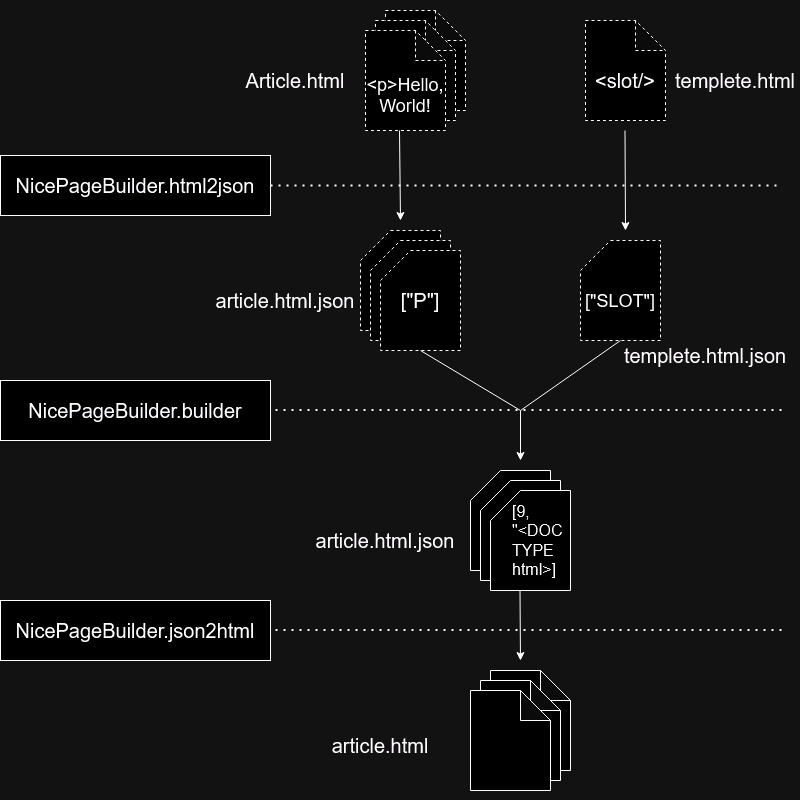
This is nice-page-builder.drawio.png from itozyun/gulp-nice-page-builder, a draw.io export, as it was before one commit. Source tidied: cells renumbered, new cells last; positions are measured from the earlier drawing's top-left corner, leaving out a move shared by most shapes. Source of this version:
```xml
<mxGraphModel>
  <root>
    <mxCell id="0" />
    <mxCell id="1" parent="0" />
    <mxCell id="2" style="shape=note;whiteSpace=wrap;html=1;backgroundOutline=1;darkOpacity=0.05;dashed=1;" parent="1" vertex="1">
      <mxGeometry x="385" width="80" height="100" as="geometry" />
    </mxCell>
    <mxCell id="3" style="shape=note;whiteSpace=wrap;html=1;backgroundOutline=1;darkOpacity=0.05;dashed=1;" parent="1" vertex="1">
      <mxGeometry x="375" y="10" width="80" height="100" as="geometry" />
    </mxCell>
    <mxCell id="4" style="shape=note;whiteSpace=wrap;html=1;backgroundOutline=1;darkOpacity=0.05;dashed=1;" parent="1" vertex="1">
      <mxGeometry x="365" y="20" width="80" height="100" as="geometry" />
    </mxCell>
    <mxCell id="5" style="shape=note;whiteSpace=wrap;html=1;backgroundOutline=1;darkOpacity=0.05;dashed=1;" parent="1" vertex="1">
      <mxGeometry x="585" y="10" width="80" height="100" as="geometry" />
    </mxCell>
    <mxCell id="6" style="rounded=0;whiteSpace=wrap;html=1;" parent="1" vertex="1">
      <mxGeometry y="145" width="270" height="60" as="geometry" />
    </mxCell>
    <mxCell id="7" value="&lt;div&gt;templete.html&lt;/div&gt;" style="text;html=1;align=center;verticalAlign=middle;whiteSpace=wrap;rounded=0;fontSize=20;" parent="1" vertex="1">
      <mxGeometry x="685" y="55" width="100" height="30" as="geometry" />
    </mxCell>
    <mxCell id="8" value="&lt;div&gt;Article.html&lt;/div&gt;" style="text;html=1;align=center;verticalAlign=middle;whiteSpace=wrap;rounded=0;fontSize=20;" parent="1" vertex="1">
      <mxGeometry x="245" y="55" width="100" height="30" as="geometry" />
    </mxCell>
    <mxCell id="9" style="shape=card;whiteSpace=wrap;html=1;dashed=1;" parent="1" vertex="1">
      <mxGeometry x="360" y="220" width="80" height="100" as="geometry" />
    </mxCell>
    <mxCell id="10" style="shape=card;whiteSpace=wrap;html=1;dashed=1;" parent="1" vertex="1">
      <mxGeometry x="370" y="230" width="80" height="100" as="geometry" />
    </mxCell>
    <mxCell id="11" style="shape=card;whiteSpace=wrap;html=1;dashed=1;" parent="1" vertex="1">
      <mxGeometry x="380" y="240" width="80" height="100" as="geometry" />
    </mxCell>
    <mxCell id="12" value="&lt;div&gt;article.html&lt;/div&gt;" style="text;html=1;align=center;verticalAlign=middle;whiteSpace=wrap;rounded=0;fontSize=20;" parent="1" vertex="1">
      <mxGeometry x="305" y="720" width="150" height="30" as="geometry" />
    </mxCell>
    <mxCell id="13" style="shape=card;whiteSpace=wrap;html=1;dashed=1;" parent="1" vertex="1">
      <mxGeometry x="580" y="230" width="80" height="100" as="geometry" />
    </mxCell>
    <mxCell id="14" value="NicePageBuilder.html2json" style="text;html=1;align=center;verticalAlign=middle;whiteSpace=wrap;rounded=0;fontSize=20;" parent="1" vertex="1">
      <mxGeometry y="160" width="270" height="30" as="geometry" />
    </mxCell>
    <mxCell id="15" value="&lt;div&gt;templete.html.json&lt;/div&gt;" style="text;html=1;align=center;verticalAlign=middle;whiteSpace=wrap;rounded=0;fontSize=20;" parent="1" vertex="1">
      <mxGeometry x="630" y="330" width="150" height="30" as="geometry" />
    </mxCell>
    <mxCell id="16" style="shape=note;whiteSpace=wrap;html=1;backgroundOutline=1;darkOpacity=0.05;" parent="1" vertex="1">
      <mxGeometry x="490" y="660" width="80" height="100" as="geometry" />
    </mxCell>
    <mxCell id="17" style="shape=note;whiteSpace=wrap;html=1;backgroundOutline=1;darkOpacity=0.05;" parent="1" vertex="1">
      <mxGeometry x="480" y="670" width="80" height="100" as="geometry" />
    </mxCell>
    <mxCell id="18" style="shape=note;whiteSpace=wrap;html=1;backgroundOutline=1;darkOpacity=0.05;" parent="1" vertex="1">
      <mxGeometry x="470" y="680" width="80" height="100" as="geometry" />
    </mxCell>
    <mxCell id="19" style="rounded=0;whiteSpace=wrap;html=1;" parent="1" vertex="1">
      <mxGeometry y="370" width="270" height="60" as="geometry" />
    </mxCell>
    <mxCell id="20" value="&lt;div&gt;NicePageBuilder.builder&lt;/div&gt;" style="text;html=1;align=center;verticalAlign=middle;whiteSpace=wrap;rounded=0;fontSize=20;" parent="1" vertex="1">
      <mxGeometry y="385" width="270" height="30" as="geometry" />
    </mxCell>
    <mxCell id="21" style="rounded=0;whiteSpace=wrap;html=1;" parent="1" vertex="1">
      <mxGeometry y="590" width="270" height="60" as="geometry" />
    </mxCell>
    <mxCell id="22" value="&lt;div&gt;NicePageBuilder.json2html&lt;/div&gt;" style="text;html=1;align=center;verticalAlign=middle;whiteSpace=wrap;rounded=0;fontSize=20;" parent="1" vertex="1">
      <mxGeometry y="605" width="270" height="30" as="geometry" />
    </mxCell>
    <mxCell id="23" style="shape=card;whiteSpace=wrap;html=1;" parent="1" vertex="1">
      <mxGeometry x="470" y="460" width="80" height="100" as="geometry" />
    </mxCell>
    <mxCell id="24" style="shape=card;whiteSpace=wrap;html=1;" parent="1" vertex="1">
      <mxGeometry x="480" y="470" width="80" height="100" as="geometry" />
    </mxCell>
    <mxCell id="25" style="shape=card;whiteSpace=wrap;html=1;" parent="1" vertex="1">
      <mxGeometry x="490" y="480" width="80" height="100" as="geometry" />
    </mxCell>
    <mxCell id="26" value="&amp;lt;slot/&amp;gt;" style="text;html=1;align=center;verticalAlign=middle;whiteSpace=wrap;rounded=0;fontSize=20;dashed=1;" parent="1" vertex="1">
      <mxGeometry x="585" y="55" width="80" height="30" as="geometry" />
    </mxCell>
    <mxCell id="27" value="&amp;lt;p&amp;gt;Hello,&lt;br style=&quot;font-size: 18px;&quot;&gt;World!" style="text;html=1;align=center;verticalAlign=middle;whiteSpace=wrap;rounded=0;fontSize=18;dashed=1;" parent="1" vertex="1">
      <mxGeometry x="365" y="70" width="80" height="30" as="geometry" />
    </mxCell>
    <mxCell id="28" style="endArrow=none;dashed=1;html=1;dashPattern=1 3;strokeWidth=2;rounded=0;exitX=1;exitY=0.5;exitDx=0;exitDy=0;" parent="1" edge="1" source="14">
      <mxGeometry relative="1" as="geometry">
        <mxPoint x="780" y="175" as="targetPoint" />
      </mxGeometry>
    </mxCell>
    <mxCell id="29" style="endArrow=none;html=1;rounded=0;entryX=0.5;entryY=1;entryDx=0;entryDy=0;entryPerimeter=0;" parent="1" edge="1" target="11">
      <mxGeometry relative="1" as="geometry">
        <mxPoint x="520" y="400" as="sourcePoint" />
      </mxGeometry>
    </mxCell>
    <mxCell id="30" style="endArrow=none;html=1;rounded=0;entryX=0.5;entryY=1;entryDx=0;entryDy=0;entryPerimeter=0;" parent="1" edge="1" target="13">
      <mxGeometry relative="1" as="geometry">
        <mxPoint x="520" y="400" as="sourcePoint" />
      </mxGeometry>
    </mxCell>
    <mxCell id="31" style="endArrow=classic;html=1;rounded=0;" parent="1" edge="1">
      <mxGeometry relative="1" as="geometry">
        <mxPoint x="520" y="400" as="sourcePoint" />
        <mxPoint x="520" y="450" as="targetPoint" />
      </mxGeometry>
    </mxCell>
    <mxCell id="32" style="endArrow=none;dashed=1;html=1;dashPattern=1 3;strokeWidth=2;rounded=0;exitX=1;exitY=0.5;exitDx=0;exitDy=0;" parent="1" edge="1">
      <mxGeometry relative="1" as="geometry">
        <mxPoint x="275" y="399.5" as="sourcePoint" />
        <mxPoint x="785" y="399.5" as="targetPoint" />
      </mxGeometry>
    </mxCell>
    <mxCell id="33" style="endArrow=none;dashed=1;html=1;dashPattern=1 3;strokeWidth=2;rounded=0;exitX=1;exitY=0.5;exitDx=0;exitDy=0;" parent="1" edge="1">
      <mxGeometry relative="1" as="geometry">
        <mxPoint x="275" y="619.5" as="sourcePoint" />
        <mxPoint x="785" y="619.5" as="targetPoint" />
      </mxGeometry>
    </mxCell>
    <mxCell id="34" value="&lt;div&gt;article.html.json&lt;/div&gt;" style="text;html=1;align=center;verticalAlign=middle;whiteSpace=wrap;rounded=0;fontSize=20;" parent="1" vertex="1">
      <mxGeometry x="210" y="275" width="150" height="30" as="geometry" />
    </mxCell>
    <mxCell id="35" value="&lt;div&gt;article.html.json&lt;/div&gt;" style="text;html=1;align=center;verticalAlign=middle;whiteSpace=wrap;rounded=0;fontSize=20;" parent="1" vertex="1">
      <mxGeometry x="310" y="515" width="150" height="30" as="geometry" />
    </mxCell>
    <mxCell id="36" style="endArrow=classic;html=1;rounded=0;" parent="1" edge="1">
      <mxGeometry relative="1" as="geometry">
        <mxPoint x="519.5" y="580" as="sourcePoint" />
        <mxPoint x="520" y="650" as="targetPoint" />
      </mxGeometry>
    </mxCell>
    <mxCell id="37" style="endArrow=classic;html=1;rounded=0;" parent="1" edge="1">
      <mxGeometry relative="1" as="geometry">
        <mxPoint x="399" y="120" as="sourcePoint" />
        <mxPoint x="400" y="210" as="targetPoint" />
      </mxGeometry>
    </mxCell>
    <mxCell id="38" style="endArrow=classic;html=1;rounded=0;" parent="1" edge="1">
      <mxGeometry relative="1" as="geometry">
        <mxPoint x="624.5" y="120" as="sourcePoint" />
        <mxPoint x="625" y="220" as="targetPoint" />
      </mxGeometry>
    </mxCell>
    <mxCell id="39" value="[&quot;SLOT&quot;]" style="text;html=1;align=center;verticalAlign=middle;whiteSpace=wrap;rounded=0;fontSize=18;dashed=1;" parent="1" vertex="1">
      <mxGeometry x="580" y="275" width="80" height="30" as="geometry" />
    </mxCell>
    <mxCell id="40" value="[&quot;P&quot;]" style="text;html=1;align=center;verticalAlign=middle;whiteSpace=wrap;rounded=0;fontSize=20;dashed=1;" parent="1" vertex="1">
      <mxGeometry x="380" y="275" width="80" height="30" as="geometry" />
    </mxCell>
    <mxCell id="41" value="[9, &quot;&amp;lt;DOC&lt;br style=&quot;font-size: 16px;&quot;&gt;TYPE html&amp;gt;]" style="text;html=1;align=left;verticalAlign=middle;whiteSpace=wrap;rounded=0;fontSize=16;dashed=1;" parent="1" vertex="1">
      <mxGeometry x="510" y="515" width="60" height="30" as="geometry" />
    </mxCell>
  </root>
</mxGraphModel>
```
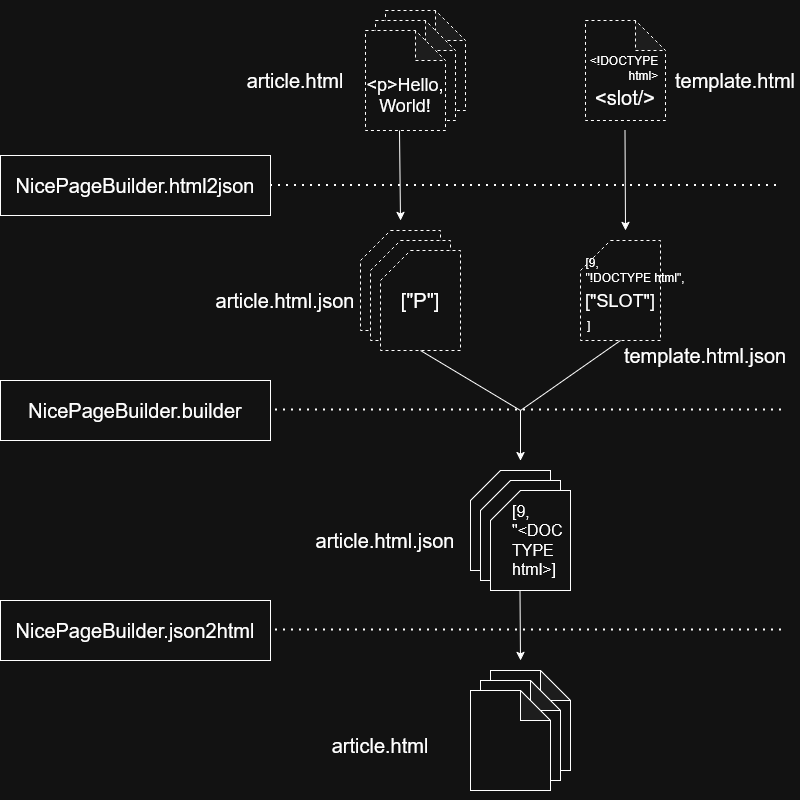
The same file after the commit.

Diff of the diagram source:
```diff
@@ -17,10 +17,10 @@
     <mxCell id="6" style="rounded=0;whiteSpace=wrap;html=1;" parent="1" vertex="1">
       <mxGeometry y="145" width="270" height="60" as="geometry" />
     </mxCell>
-    <mxCell id="7" value="&lt;div&gt;templete.html&lt;/div&gt;" style="text;html=1;align=center;verticalAlign=middle;whiteSpace=wrap;rounded=0;fontSize=20;" parent="1" vertex="1">
+    <mxCell id="7" value="&lt;div&gt;template.html&lt;/div&gt;" style="text;html=1;align=center;verticalAlign=middle;whiteSpace=wrap;rounded=0;fontSize=20;" parent="1" vertex="1">
       <mxGeometry x="685" y="55" width="100" height="30" as="geometry" />
     </mxCell>
-    <mxCell id="8" value="&lt;div&gt;Article.html&lt;/div&gt;" style="text;html=1;align=center;verticalAlign=middle;whiteSpace=wrap;rounded=0;fontSize=20;" parent="1" vertex="1">
+    <mxCell id="8" value="&lt;div&gt;article.html&lt;/div&gt;" style="text;html=1;align=center;verticalAlign=middle;whiteSpace=wrap;rounded=0;fontSize=20;" parent="1" vertex="1">
       <mxGeometry x="245" y="55" width="100" height="30" as="geometry" />
     </mxCell>
     <mxCell id="9" style="shape=card;whiteSpace=wrap;html=1;dashed=1;" parent="1" vertex="1">
@@ -41,7 +41,7 @@
     <mxCell id="14" value="NicePageBuilder.html2json" style="text;html=1;align=center;verticalAlign=middle;whiteSpace=wrap;rounded=0;fontSize=20;" parent="1" vertex="1">
       <mxGeometry y="160" width="270" height="30" as="geometry" />
     </mxCell>
-    <mxCell id="15" value="&lt;div&gt;templete.html.json&lt;/div&gt;" style="text;html=1;align=center;verticalAlign=middle;whiteSpace=wrap;rounded=0;fontSize=20;" parent="1" vertex="1">
+    <mxCell id="15" value="&lt;div&gt;template.html.json&lt;/div&gt;" style="text;html=1;align=center;verticalAlign=middle;whiteSpace=wrap;rounded=0;fontSize=20;" parent="1" vertex="1">
       <mxGeometry x="630" y="330" width="150" height="30" as="geometry" />
     </mxCell>
     <mxCell id="16" style="shape=note;whiteSpace=wrap;html=1;backgroundOutline=1;darkOpacity=0.05;" parent="1" vertex="1">
@@ -75,7 +75,7 @@
       <mxGeometry x="490" y="480" width="80" height="100" as="geometry" />
     </mxCell>
     <mxCell id="26" value="&amp;lt;slot/&amp;gt;" style="text;html=1;align=center;verticalAlign=middle;whiteSpace=wrap;rounded=0;fontSize=20;dashed=1;" parent="1" vertex="1">
-      <mxGeometry x="585" y="55" width="80" height="30" as="geometry" />
+      <mxGeometry x="585" y="72" width="80" height="30" as="geometry" />
     </mxCell>
     <mxCell id="27" value="&amp;lt;p&amp;gt;Hello,&lt;br style=&quot;font-size: 18px;&quot;&gt;World!" style="text;html=1;align=center;verticalAlign=middle;whiteSpace=wrap;rounded=0;fontSize=18;dashed=1;" parent="1" vertex="1">
       <mxGeometry x="365" y="70" width="80" height="30" as="geometry" />
@@ -146,5 +146,14 @@
     <mxCell id="41" value="[9, &quot;&amp;lt;DOC&lt;br style=&quot;font-size: 16px;&quot;&gt;TYPE html&amp;gt;]" style="text;html=1;align=left;verticalAlign=middle;whiteSpace=wrap;rounded=0;fontSize=16;dashed=1;" parent="1" vertex="1">
       <mxGeometry x="510" y="515" width="60" height="30" as="geometry" />
     </mxCell>
+    <mxCell id="42" value="&amp;lt;!DOCTYPE&lt;br&gt;&lt;div align=&quot;right&quot;&gt;html&amp;gt;&lt;/div&gt;" style="text;html=1;align=center;verticalAlign=middle;whiteSpace=wrap;rounded=0;fontSize=12;dashed=1;" parent="1" vertex="1">
+      <mxGeometry x="569" y="43" width="110" height="30" as="geometry" />
+    </mxCell>
+    <mxCell id="43" value="&lt;div align=&quot;left&quot;&gt;[9,&lt;br&gt;&lt;/div&gt;&quot;!DOCTYPE html&quot;," style="text;html=1;align=center;verticalAlign=middle;whiteSpace=wrap;rounded=0;fontSize=12;dashed=1;" parent="1" vertex="1">
+      <mxGeometry x="580" y="245" width="110" height="30" as="geometry" />
+    </mxCell>
+    <mxCell id="44" value="&lt;div align=&quot;left&quot;&gt;]&lt;/div&gt;" style="text;html=1;align=left;verticalAlign=middle;whiteSpace=wrap;rounded=0;fontSize=12;dashed=1;" parent="1" vertex="1">
+      <mxGeometry x="585" y="300" width="25" height="30" as="geometry" />
+    </mxCell>
   </root>
 </mxGraphModel>
```
